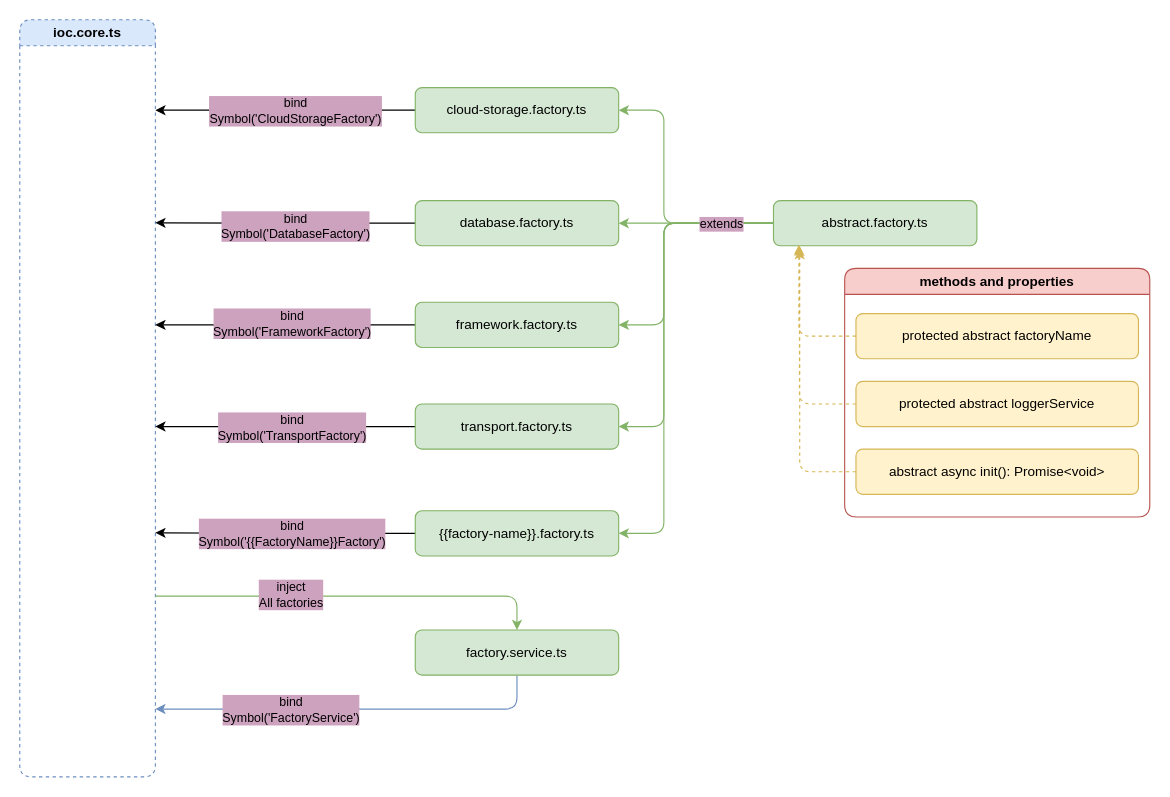
Earlier version of the draw.io diagram documentation/server-platform/drawio/factories/common-factories.drawio (Avelate/avelate-documentation). Source tidied: cells renumbered, new cells numbered last; positions are measured from the earlier drawing's top-left corner, leaving out a move shared by most shapes. Both pictures are drawn from the tidied source at 113%, with x=0, y=0 at pixel (19, 19).
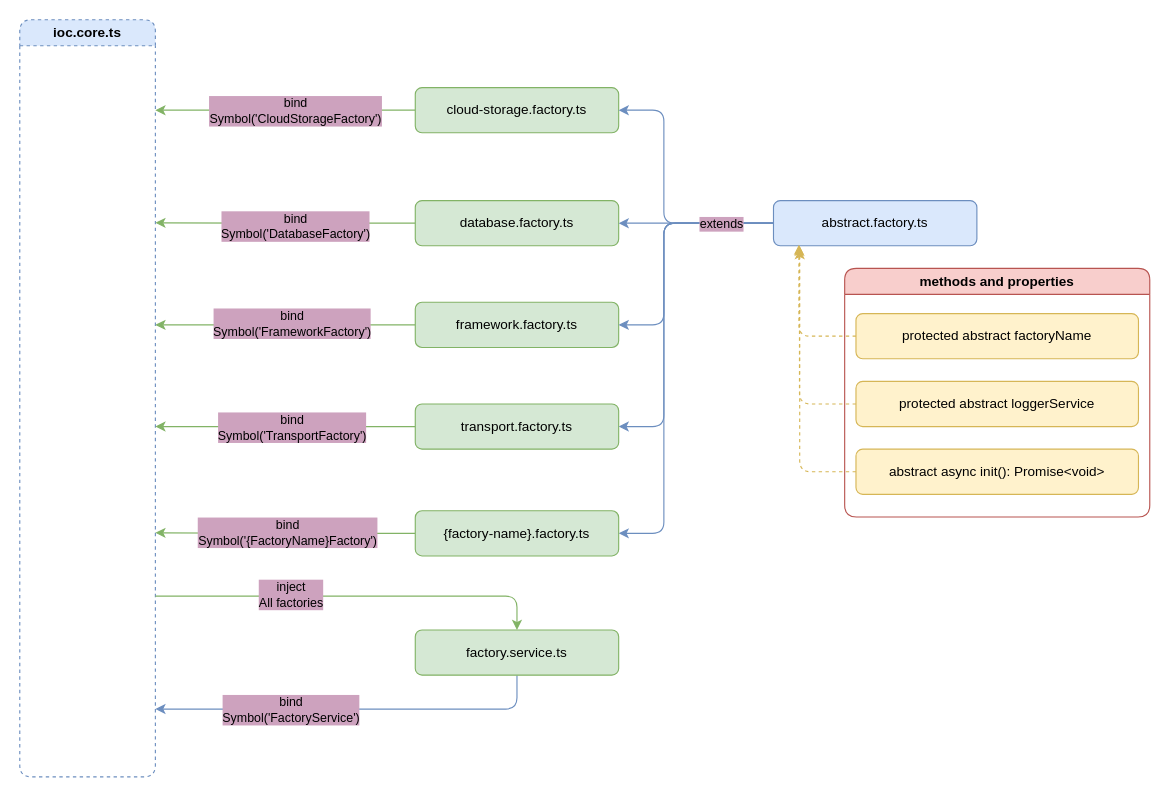
The same diagram, later.

Unchanged cells that the change refers to:
```xml
<mxCell id="5" value="cloud-storage.factory.ts" style="rounded=1;whiteSpace=wrap;html=1;fillColor=#d5e8d4;strokeColor=#82b366;" parent="1" vertex="1">
  <mxGeometry x="350" y="60" width="180" height="40" as="geometry" />
</mxCell>
<mxCell id="7" value="database.factory.ts" style="rounded=1;whiteSpace=wrap;html=1;fillColor=#d5e8d4;strokeColor=#82b366;" parent="1" vertex="1">
  <mxGeometry x="350" y="160" width="180" height="40" as="geometry" />
</mxCell>
<mxCell id="10" value="framework.factory.ts" style="rounded=1;whiteSpace=wrap;html=1;fillColor=#d5e8d4;strokeColor=#82b366;" parent="1" vertex="1">
  <mxGeometry x="350" y="250" width="180" height="40" as="geometry" />
</mxCell>
<mxCell id="26" value="transport.factory.ts" style="rounded=1;whiteSpace=wrap;html=1;fillColor=#d5e8d4;strokeColor=#82b366;" parent="1" vertex="1">
  <mxGeometry x="350" y="340" width="180" height="40" as="geometry" />
</mxCell>
```

What changed in the source:
```diff
@@
-    <mxCell id="3" style="edgeStyle=orthogonalEdgeStyle;rounded=0;jettySize=auto;html=1;" parent="1" edge="1" source="5">
+    <mxCell id="3" style="edgeStyle=orthogonalEdgeStyle;rounded=0;jettySize=auto;html=1;fillColor=#d5e8d4;strokeColor=#82b366;" parent="1" edge="1" source="5">
       <mxGeometry relative="1" as="geometry">
         <mxPoint x="120" y="80" as="targetPoint" />
       </mxGeometry>
     </mxCell>
@@
-    <mxCell id="6" style="edgeStyle=orthogonalEdgeStyle;rounded=0;jettySize=auto;html=1;exitX=0;exitY=0.5;exitDx=0;exitDy=0;" parent="1" edge="1" source="7">
+    <mxCell id="6" style="edgeStyle=orthogonalEdgeStyle;rounded=0;jettySize=auto;html=1;exitX=0;exitY=0.5;exitDx=0;exitDy=0;fillColor=#d5e8d4;strokeColor=#82b366;" parent="1" edge="1" source="7">
       <mxGeometry relative="1" as="geometry">
         <mxPoint x="120" y="179.7" as="targetPoint" />
       </mxGeometry>
     </mxCell>
@@
-    <mxCell id="8" style="edgeStyle=orthogonalEdgeStyle;rounded=0;jettySize=auto;html=1;" parent="1" edge="1" source="10">
+    <mxCell id="8" style="edgeStyle=orthogonalEdgeStyle;rounded=0;jettySize=auto;html=1;fillColor=#d5e8d4;strokeColor=#82b366;" parent="1" edge="1" source="10">
       <mxGeometry relative="1" as="geometry">
         <mxPoint x="120" y="270" as="targetPoint" />
         <Array as="points">
           <mxPoint x="240" y="270" />
           <mxPoint x="240" y="270" />
         </Array>
       </mxGeometry>
     </mxCell>
@@
-    <mxCell id="12" style="edgeStyle=orthogonalEdgeStyle;rounded=1;jettySize=auto;html=1;entryX=1;entryY=0.5;entryDx=0;entryDy=0;fillColor=#d5e8d4;strokeColor=#82b366;" parent="1" edge="1" source="18" target="5">
+    <mxCell id="12" style="edgeStyle=orthogonalEdgeStyle;rounded=1;jettySize=auto;html=1;entryX=1;entryY=0.5;entryDx=0;entryDy=0;fillColor=#dae8fc;strokeColor=#6c8ebf;" parent="1" edge="1" source="18" target="5">
       <mxGeometry relative="1" as="geometry">
         <Array as="points">
           <mxPoint x="570" y="180" />
           <mxPoint x="570" y="80" />
         </Array>
       </mxGeometry>
     </mxCell>
-    <mxCell id="13" style="edgeStyle=orthogonalEdgeStyle;rounded=1;jettySize=auto;html=1;entryX=1;entryY=0.5;entryDx=0;entryDy=0;fillColor=#d5e8d4;strokeColor=#82b366;" parent="1" edge="1" source="18" target="7">
+    <mxCell id="13" style="edgeStyle=orthogonalEdgeStyle;rounded=1;jettySize=auto;html=1;entryX=1;entryY=0.5;entryDx=0;entryDy=0;fillColor=#dae8fc;strokeColor=#6c8ebf;" parent="1" edge="1" source="18" target="7">
       <mxGeometry relative="1" as="geometry" />
     </mxCell>
-    <mxCell id="14" style="edgeStyle=orthogonalEdgeStyle;rounded=1;jettySize=auto;html=1;entryX=1;entryY=0.5;entryDx=0;entryDy=0;fillColor=#d5e8d4;strokeColor=#82b366;" parent="1" edge="1" source="18" target="10">
+    <mxCell id="14" style="edgeStyle=orthogonalEdgeStyle;rounded=1;jettySize=auto;html=1;entryX=1;entryY=0.5;entryDx=0;entryDy=0;fillColor=#dae8fc;strokeColor=#6c8ebf;" parent="1" edge="1" source="18" target="10">
       <mxGeometry relative="1" as="geometry">
         <Array as="points">
           <mxPoint x="570" y="180" />
           <mxPoint x="570" y="270" />
         </Array>
       </mxGeometry>
     </mxCell>
-    <mxCell id="15" style="edgeStyle=orthogonalEdgeStyle;rounded=1;jettySize=auto;html=1;entryX=1;entryY=0.5;entryDx=0;entryDy=0;fillColor=#d5e8d4;strokeColor=#82b366;" parent="1" edge="1" source="18" target="30">
+    <mxCell id="15" style="edgeStyle=orthogonalEdgeStyle;rounded=1;jettySize=auto;html=1;entryX=1;entryY=0.5;entryDx=0;entryDy=0;fillColor=#dae8fc;strokeColor=#6c8ebf;" parent="1" edge="1" source="18" target="30">
       <mxGeometry relative="1" as="geometry">
         <Array as="points">
           <mxPoint x="570" y="180" />
           <mxPoint x="570" y="454" />
         </Array>
       </mxGeometry>
     </mxCell>
-    <mxCell id="16" style="edgeStyle=orthogonalEdgeStyle;rounded=1;jettySize=auto;html=1;entryX=1;entryY=0.5;entryDx=0;entryDy=0;fillColor=#d5e8d4;strokeColor=#82b366;" parent="1" edge="1" source="18" target="26">
+    <mxCell id="16" style="edgeStyle=orthogonalEdgeStyle;rounded=1;jettySize=auto;html=1;entryX=1;entryY=0.5;entryDx=0;entryDy=0;fillColor=#dae8fc;strokeColor=#6c8ebf;" parent="1" edge="1" source="18" target="26">
       <mxGeometry relative="1" as="geometry">
         <Array as="points">
           <mxPoint x="570" y="180" />
           <mxPoint x="570" y="360" />
         </Array>
       </mxGeometry>
     </mxCell>
@@
-    <mxCell id="18" value="abstract.factory.ts" style="rounded=1;whiteSpace=wrap;html=1;fillColor=#d5e8d4;strokeColor=#82b366;" parent="1" vertex="1">
+    <mxCell id="18" value="abstract.factory.ts" style="rounded=1;whiteSpace=wrap;html=1;fillColor=#dae8fc;strokeColor=#6c8ebf;" parent="1" vertex="1">
       <mxGeometry x="667" y="160" width="180" height="40" as="geometry" />
     </mxCell>
@@
-    <mxCell id="25" style="edgeStyle=orthogonalEdgeStyle;rounded=0;jettySize=auto;html=1;" parent="1" edge="1" source="26">
+    <mxCell id="25" style="edgeStyle=orthogonalEdgeStyle;rounded=0;jettySize=auto;html=1;fillColor=#d5e8d4;strokeColor=#82b366;" parent="1" edge="1" source="26">
       <mxGeometry relative="1" as="geometry">
         <mxPoint x="120" y="360" as="targetPoint" />
       </mxGeometry>
     </mxCell>
@@
-    <mxCell id="29" style="edgeStyle=orthogonalEdgeStyle;rounded=0;jettySize=auto;html=1;" parent="1" edge="1" source="30">
+    <mxCell id="29" style="edgeStyle=orthogonalEdgeStyle;rounded=0;jettySize=auto;html=1;fillColor=#d5e8d4;strokeColor=#82b366;" parent="1" edge="1" source="30">
       <mxGeometry relative="1" as="geometry">
         <mxPoint x="120" y="454" as="targetPoint" />
         <Array as="points">
           <mxPoint x="235" y="454" />
           <mxPoint x="120" y="454" />
         </Array>
       </mxGeometry>
     </mxCell>
-    <mxCell id="30" value="{{factory-name}}.factory.ts" style="rounded=1;whiteSpace=wrap;html=1;fillColor=#d5e8d4;strokeColor=#82b366;" parent="1" vertex="1">
+    <mxCell id="30" value="{factory-name}.factory.ts" style="rounded=1;whiteSpace=wrap;html=1;fillColor=#d5e8d4;strokeColor=#82b366;" parent="1" vertex="1">
       <mxGeometry x="350" y="434.5" width="180" height="40" as="geometry" />
     </mxCell>
-    <mxCell id="31" value="bind&lt;br&gt;Symbol('{{FactoryName}}Factory')" style="edgeLabel;html=1;align=center;verticalAlign=middle;labelBackgroundColor=#CDA2BE;" parent="1" vertex="1">
-      <mxGeometry x="240" y="454.5" as="geometry" />
+    <mxCell id="31" value="bind&lt;br&gt;Symbol('{FactoryName}Factory')" style="edgeLabel;html=1;align=center;verticalAlign=middle;labelBackgroundColor=#CDA2BE;" parent="1" vertex="1">
+      <mxGeometry x="240" y="454.5" as="geometry">
+        <mxPoint x="-4" y="-1" as="offset" />
+      </mxGeometry>
     </mxCell>
```
